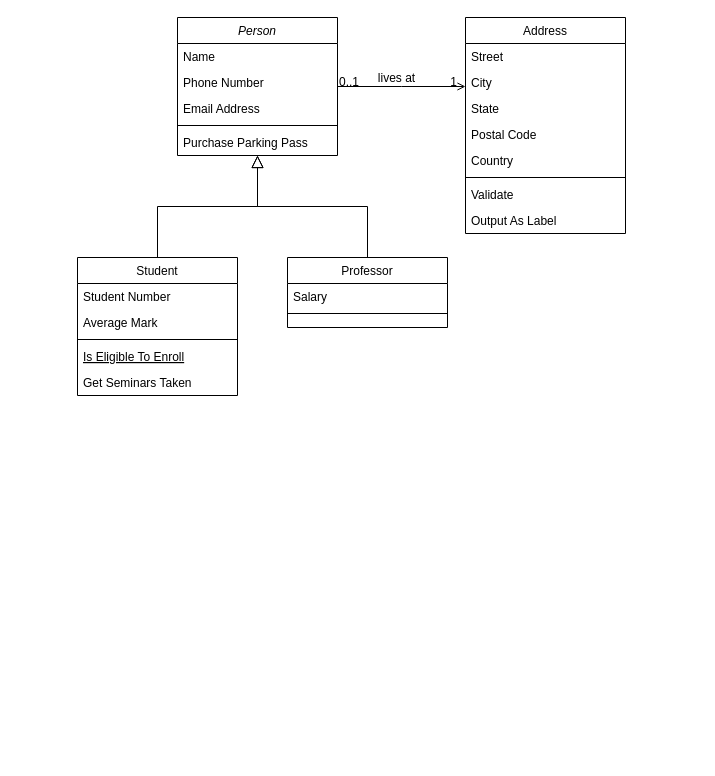
heshanWick/internship-4.0 keeps this draw.io diagram as ex02-simpleScript/simple-script-class-diagram.drawio. Above is the earlier version. Source tidied: cells renumbered, new cells numbered last; positions are measured from the earlier drawing's top-left corner, leaving out a move shared by most shapes. Both pictures are drawn from the tidied source at 100%, with x=0, y=0 at pixel (77, 17).
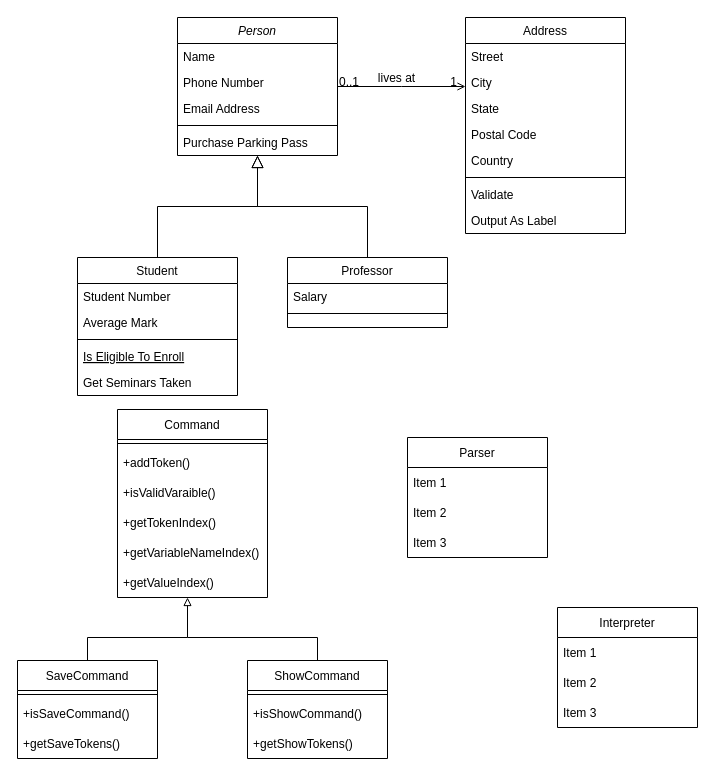
After the change.

Change to the diagram source:
```diff
@@
+    <mxCell id="32" value="Command" style="swimlane;fontStyle=0;horizontal=1;startSize=30;" parent="1" vertex="1">
+      <mxGeometry x="40" y="392" width="150" height="188" as="geometry" />
+    </mxCell>
+    <mxCell id="33" style="line;html=1;strokeWidth=1;align=left;verticalAlign=middle;spacingTop=-1;spacingLeft=3;spacingRight=3;labelPosition=right;" parent="32" vertex="1">
+      <mxGeometry y="30" width="150" height="8" as="geometry" />
+    </mxCell>
+    <mxCell id="34" value="+addToken()" style="text;strokeColor=none;fillColor=none;align=left;verticalAlign=middle;spacingLeft=4;spacingRight=4;overflow=hidden;" parent="32" vertex="1">
+      <mxGeometry y="38" width="150" height="30" as="geometry" />
+    </mxCell>
+    <mxCell id="35" value="+isValidVaraible()" style="text;strokeColor=none;fillColor=none;align=left;verticalAlign=middle;spacingLeft=4;spacingRight=4;overflow=hidden;" parent="32" vertex="1">
+      <mxGeometry y="68" width="150" height="30" as="geometry" />
+    </mxCell>
+    <mxCell id="36" value="+getTokenIndex()" style="text;strokeColor=none;fillColor=none;align=left;verticalAlign=middle;spacingLeft=4;spacingRight=4;overflow=hidden;" parent="32" vertex="1">
+      <mxGeometry y="98" width="150" height="30" as="geometry" />
+    </mxCell>
+    <mxCell id="37" value="+getVariableNameIndex()" style="text;strokeColor=none;fillColor=none;align=left;verticalAlign=middle;spacingLeft=4;spacingRight=4;overflow=hidden;" parent="32" vertex="1">
+      <mxGeometry y="128" width="150" height="30" as="geometry" />
+    </mxCell>
+    <mxCell id="38" value="+getValueIndex()" style="text;strokeColor=none;fillColor=none;align=left;verticalAlign=middle;spacingLeft=4;spacingRight=4;overflow=hidden;" parent="32" vertex="1">
+      <mxGeometry y="158" width="150" height="30" as="geometry" />
+    </mxCell>
+    <mxCell id="39" style="edgeStyle=orthogonalEdgeStyle;rounded=0;jettySize=auto;html=1;endArrow=block;endFill=0;" parent="1" edge="1" source="40">
+      <mxGeometry relative="1" as="geometry">
+        <mxPoint x="110" y="580" as="targetPoint" />
+        <Array as="points">
+          <mxPoint x="10" y="620" />
+          <mxPoint x="110" y="620" />
+        </Array>
+      </mxGeometry>
+    </mxCell>
+    <mxCell id="40" value="SaveCommand" style="swimlane;fontStyle=0;horizontal=1;startSize=30;" parent="1" vertex="1">
+      <mxGeometry x="-60" y="643" width="140" height="98" as="geometry" />
+    </mxCell>
+    <mxCell id="41" style="line;html=1;strokeWidth=1;align=left;verticalAlign=middle;spacingTop=-1;spacingLeft=3;spacingRight=3;labelPosition=right;" parent="40" vertex="1">
+      <mxGeometry y="30" width="140" height="8" as="geometry" />
+    </mxCell>
+    <mxCell id="42" value="+isSaveCommand()" style="text;strokeColor=none;fillColor=none;align=left;verticalAlign=middle;spacingLeft=4;spacingRight=4;overflow=hidden;" parent="40" vertex="1">
+      <mxGeometry y="38" width="140" height="30" as="geometry" />
+    </mxCell>
+    <mxCell id="43" value="+getSaveTokens()" style="text;strokeColor=none;fillColor=none;align=left;verticalAlign=middle;spacingLeft=4;spacingRight=4;overflow=hidden;" parent="40" vertex="1">
+      <mxGeometry y="68" width="140" height="30" as="geometry" />
+    </mxCell>
+    <mxCell id="44" style="edgeStyle=orthogonalEdgeStyle;rounded=0;jettySize=auto;html=1;exitX=0.5;exitY=0;exitDx=0;exitDy=0;endArrow=none;endFill=0;" parent="1" edge="1" source="45">
+      <mxGeometry relative="1" as="geometry">
+        <mxPoint x="110" y="620" as="targetPoint" />
+        <Array as="points">
+          <mxPoint x="240" y="620" />
+          <mxPoint x="110" y="620" />
+        </Array>
+      </mxGeometry>
+    </mxCell>
+    <mxCell id="45" value="ShowCommand" style="swimlane;fontStyle=0;horizontal=1;startSize=30;" parent="1" vertex="1">
+      <mxGeometry x="170" y="643" width="140" height="98" as="geometry" />
+    </mxCell>
+    <mxCell id="46" style="line;html=1;strokeWidth=1;align=left;verticalAlign=middle;spacingTop=-1;spacingLeft=3;spacingRight=3;labelPosition=right;" parent="45" vertex="1">
+      <mxGeometry y="30" width="140" height="8" as="geometry" />
+    </mxCell>
+    <mxCell id="47" value="+isShowCommand()" style="text;strokeColor=none;fillColor=none;align=left;verticalAlign=middle;spacingLeft=4;spacingRight=4;overflow=hidden;" parent="45" vertex="1">
+      <mxGeometry y="38" width="140" height="30" as="geometry" />
+    </mxCell>
+    <mxCell id="48" value="+getShowTokens()" style="text;strokeColor=none;fillColor=none;align=left;verticalAlign=middle;spacingLeft=4;spacingRight=4;overflow=hidden;" parent="45" vertex="1">
+      <mxGeometry y="68" width="140" height="30" as="geometry" />
+    </mxCell>
+    <mxCell id="49" value="Parser" style="swimlane;fontStyle=0;horizontal=1;startSize=30;" parent="1" vertex="1">
+      <mxGeometry x="330" y="420" width="140" height="120" as="geometry" />
+    </mxCell>
+    <mxCell id="50" value="Item 1" style="text;strokeColor=none;fillColor=none;align=left;verticalAlign=middle;spacingLeft=4;spacingRight=4;overflow=hidden;" parent="49" vertex="1">
+      <mxGeometry y="30" width="140" height="30" as="geometry" />
+    </mxCell>
+    <mxCell id="51" value="Item 2" style="text;strokeColor=none;fillColor=none;align=left;verticalAlign=middle;spacingLeft=4;spacingRight=4;overflow=hidden;" parent="49" vertex="1">
+      <mxGeometry y="60" width="140" height="30" as="geometry" />
+    </mxCell>
+    <mxCell id="52" value="Item 3" style="text;strokeColor=none;fillColor=none;align=left;verticalAlign=middle;spacingLeft=4;spacingRight=4;overflow=hidden;" parent="49" vertex="1">
+      <mxGeometry y="90" width="140" height="30" as="geometry" />
+    </mxCell>
+    <mxCell id="53" value="Interpreter" style="swimlane;fontStyle=0;horizontal=1;startSize=30;" parent="1" vertex="1">
+      <mxGeometry x="480" y="590" width="140" height="120" as="geometry" />
+    </mxCell>
+    <mxCell id="54" value="Item 1" style="text;strokeColor=none;fillColor=none;align=left;verticalAlign=middle;spacingLeft=4;spacingRight=4;overflow=hidden;" parent="53" vertex="1">
+      <mxGeometry y="30" width="140" height="30" as="geometry" />
+    </mxCell>
+    <mxCell id="55" value="Item 2" style="text;strokeColor=none;fillColor=none;align=left;verticalAlign=middle;spacingLeft=4;spacingRight=4;overflow=hidden;" parent="53" vertex="1">
+      <mxGeometry y="60" width="140" height="30" as="geometry" />
+    </mxCell>
+    <mxCell id="56" value="Item 3" style="text;strokeColor=none;fillColor=none;align=left;verticalAlign=middle;spacingLeft=4;spacingRight=4;overflow=hidden;" parent="53" vertex="1">
+      <mxGeometry y="90" width="140" height="30" as="geometry" />
+    </mxCell>
```
